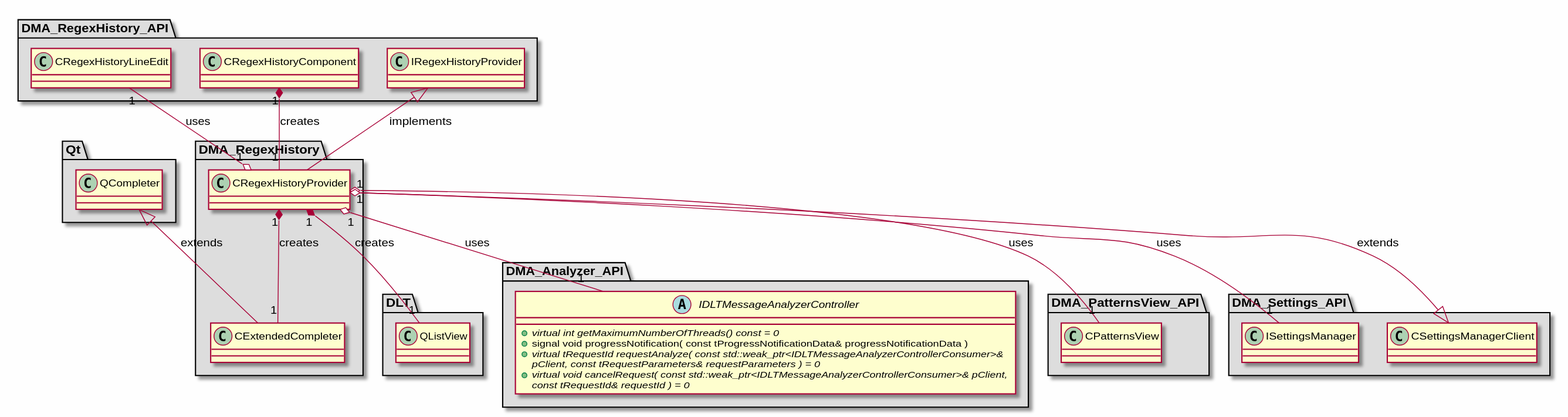
Earlier version of the PlantUML export md/dev_docs/puml/DMA_RegexHistory.svg (svlad-90/DLT-Message-Analyzer).
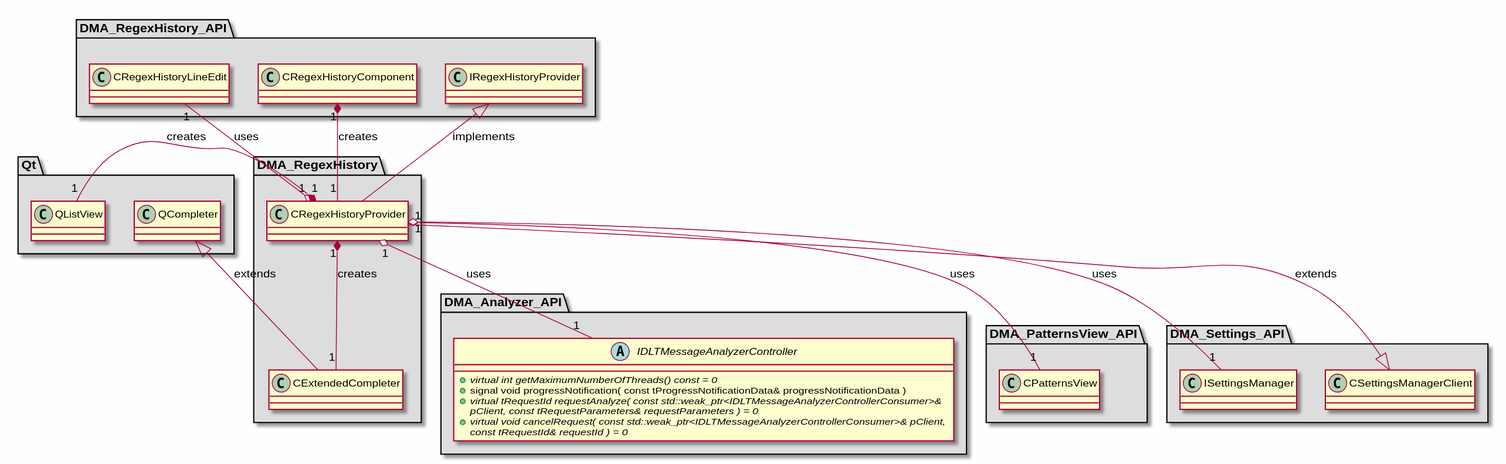
The same diagram one commit later.

The edit, as a diff of the source:
```diff
@@ -2,15 +2,6 @@
 
 skinparam backgroundColor #FEFEFE
 skinparam wrapWidth 600
-package "DLT" #DDDDDD
-{
-
-class "QListView"
-{
-}
-
-}
-
 package "DMA_Analyzer_API" #DDDDDD
 {
 
@@ -83,6 +74,10 @@
 {
 }
 
+class "QListView"
+{
+}
+
 }
 
 QCompleter <|-- CExtendedCompleter : extends
```
